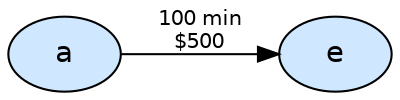
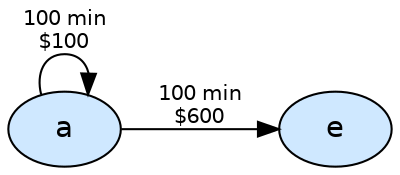
digraph red_metro {
rankdir=LR;
node [shape=ellipse, style=filled, fillcolor="#cfe8ff", fontname="Helvetica"];
edge [fontname="Helvetica", fontsize=10];

"a";
+ "e";

- "a" -> "e" [label="100 min\n$500"];
+ "a" -> "e" [label="100 min\n$600"];
+ "a" -> "a" [label="100 min\n$100"];
}
